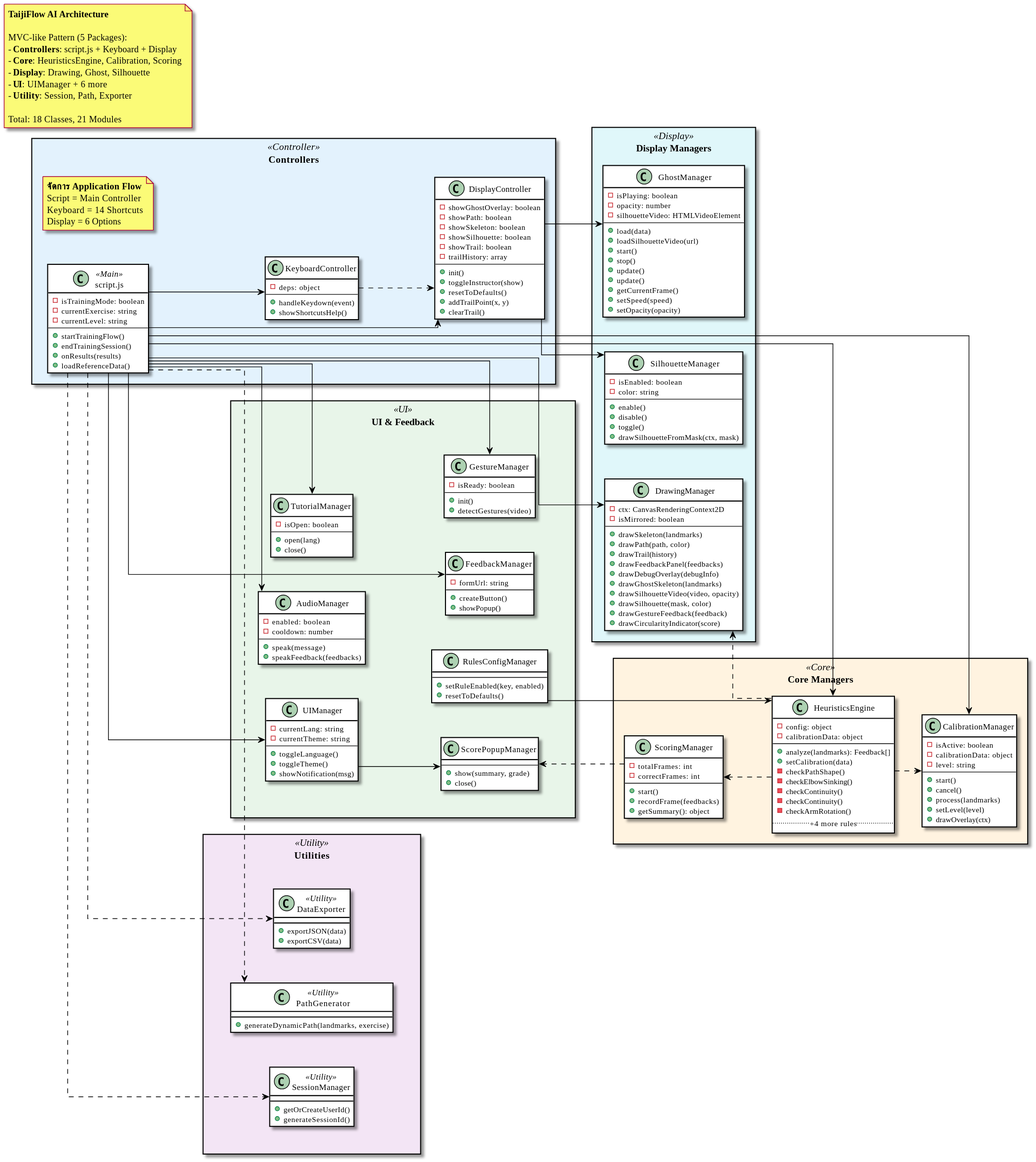
The PlantUML diagram out/docs/diagrams/ClassDiagram/TaijiFlow_Class_Diagram.svg in vyut/TaijiFlow, before a commit.
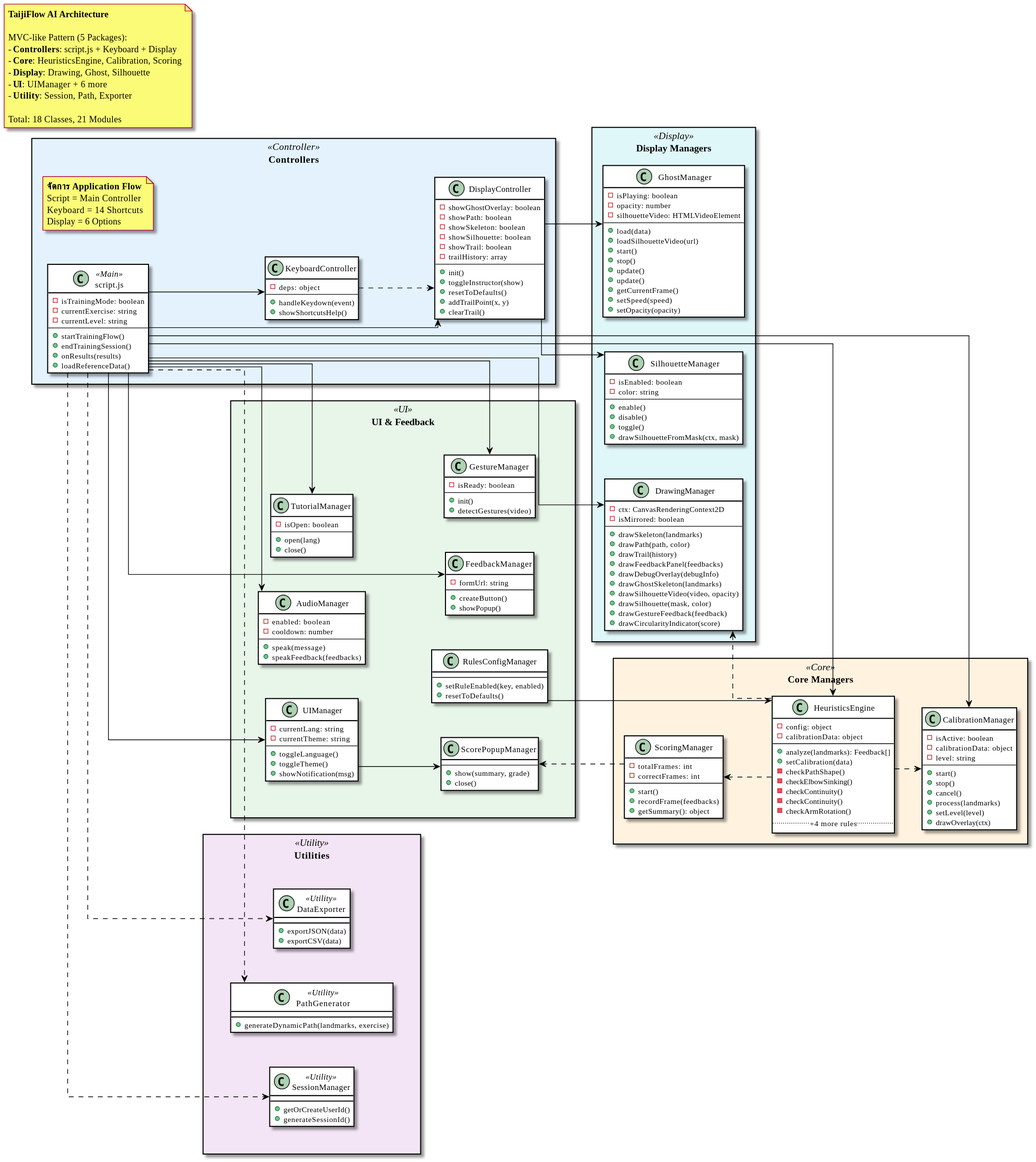
After the commit.

Change to the diagram source:
```diff
@@ -86,6 +86,7 @@
         - level: string
         --
         + start()
+        + stop()
         + cancel()
         + process(landmarks)
         + setLevel(level)
```
